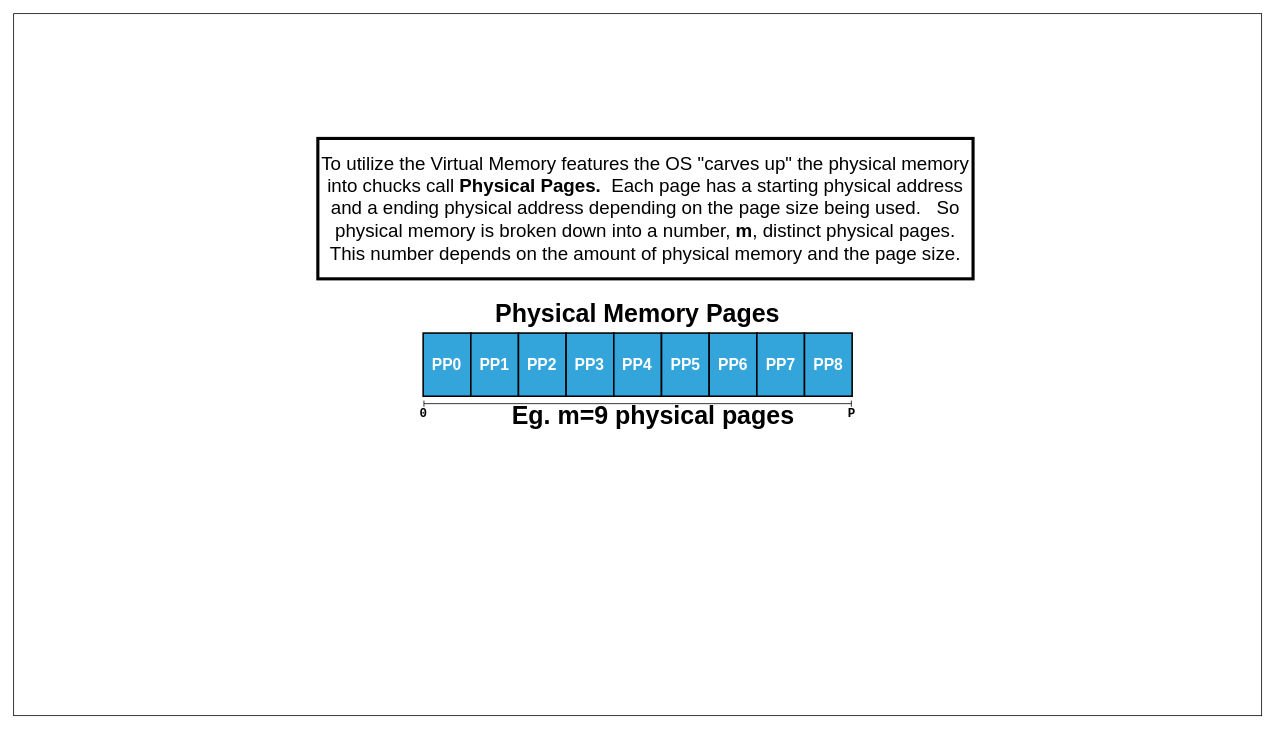
Earlier version of the draw.io diagram page "PhysMem-003" (3 of 27) of underthecovers/images/src/VMM.drawio (jappavoo/UndertheCovers). Source tidied: cells renumbered, new cells numbered last; positions are measured from the earlier drawing's top-left corner, leaving out a move shared by most shapes. Both pictures are drawn from the tidied source at 78%, with x=0, y=0 at pixel (13, 13).
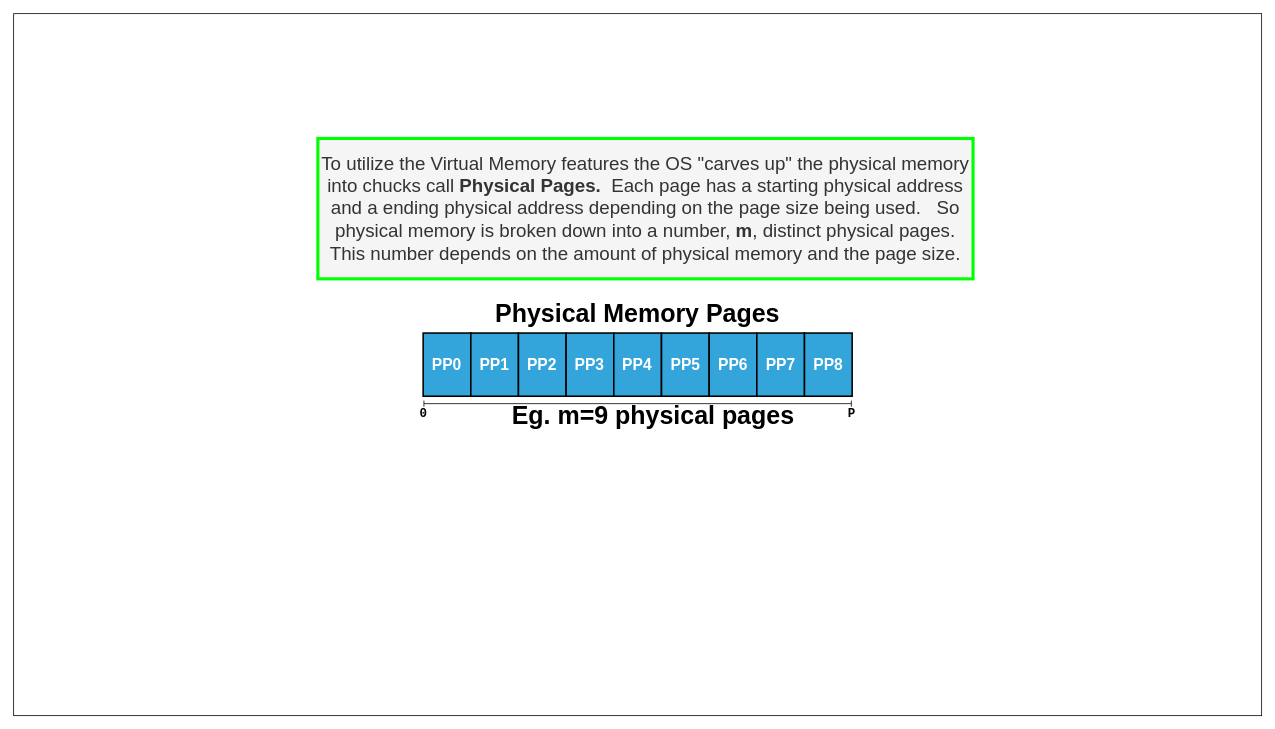
Above is the later version.

What changed in the source:
```diff
@@
 <mxGraphModel>
   <root>
     <mxCell id="0" />
     <mxCell id="1" parent="0" />
     <mxCell id="2" style="rounded=0;whiteSpace=wrap;html=1;fontSize=20;fillColor=default;" parent="1" vertex="1">
       <mxGeometry width="1600" height="900" as="geometry" />
     </mxCell>
-    <mxCell id="3" value="To utilize the Virtual Memory features the OS &quot;carves up&quot; the physical memory into chucks call &lt;b&gt;Physical Pages.&amp;nbsp; &lt;/b&gt;Each page has a starting physical address and a ending physical address depending on the page size being used.&amp;nbsp; &amp;nbsp;So physical memory is broken down into a number, &lt;b&gt;m&lt;/b&gt;, distinct physical pages. This number depends on the amount of physical memory and the page size." style="rounded=0;whiteSpace=wrap;html=1;strokeWidth=4;fontSize=24;" parent="1" vertex="1">
+    <mxCell id="3" value="To utilize the Virtual Memory features the OS &quot;carves up&quot; the physical memory into chucks call &lt;b&gt;Physical Pages.&amp;nbsp; &lt;/b&gt;Each page has a starting physical address and a ending physical address depending on the page size being used.&amp;nbsp; &amp;nbsp;So physical memory is broken down into a number, &lt;b&gt;m&lt;/b&gt;, distinct physical pages. This number depends on the amount of physical memory and the page size." style="rounded=0;whiteSpace=wrap;html=1;strokeWidth=4;fontSize=24;fillColor=#f5f5f5;fontColor=#333333;strokeColor=#00FF00;" parent="1" vertex="1">
       <mxGeometry x="390" y="160" width="840" height="180" as="geometry" />
     </mxCell>
     <mxCell id="4" value="Physical Memory Pages" style="text;html=1;strokeColor=none;fillColor=none;align=center;verticalAlign=middle;whiteSpace=wrap;rounded=0;strokeWidth=4;fontSize=32;fontStyle=1;" parent="1" vertex="1">
       <mxGeometry x="600" y="370" width="400" height="30" as="geometry" />
     </mxCell>
     <mxCell id="5" value="Eg. m=9 physical pages" style="text;html=1;strokeColor=none;fillColor=none;align=center;verticalAlign=middle;whiteSpace=wrap;rounded=0;strokeWidth=4;fontSize=32;fontStyle=1;" parent="1" vertex="1">
       <mxGeometry x="615" y="501" width="410" height="30" as="geometry" />
     </mxCell>
     <mxCell id="6" style="endArrow=baseDash;startArrow=baseDash;html=1;rounded=0;fontSize=32;startFill=0;endFill=0;" parent="1" edge="1">
       <mxGeometry relative="1" as="geometry">
         <mxPoint x="526" y="500" as="sourcePoint" />
         <mxPoint x="1074" y="500" as="targetPoint" />
       </mxGeometry>
     </mxCell>
     <mxCell id="7" value="&lt;span style=&quot;font-size: 16px;&quot;&gt;0&lt;/span&gt;" style="text;html=1;align=center;verticalAlign=middle;fillColor=none;strokeColor=none;rounded=0;fontSize=24;fontFamily=Courier New;fontStyle=1;" parent="1" vertex="1">
       <mxGeometry x="510" y="491" width="30" height="40" as="geometry" />
     </mxCell>
     <mxCell id="8" value="&lt;span style=&quot;font-size: 16px;&quot;&gt;P&lt;/span&gt;" style="text;html=1;align=center;verticalAlign=middle;fillColor=none;strokeColor=none;rounded=0;fontSize=24;fontFamily=Courier New;fontStyle=1;" parent="1" vertex="1">
       <mxGeometry x="1059" y="491" width="30" height="40" as="geometry" />
     </mxCell>
     <mxCell id="9" style="group;fillColor=#34A5DA;" parent="1" vertex="1">
       <mxGeometry x="525" y="409.5" width="550" height="81" as="geometry" />
     </mxCell>
     <mxCell id="10" value="&lt;font style=&quot;font-size: 20px;&quot;&gt;PP0&lt;/font&gt;" style="rounded=0;whiteSpace=wrap;html=1;strokeWidth=2;fillColor=#34A5DA;fontColor=#FFFFFF;fontSize=20;fontStyle=1;" parent="9" vertex="1">
       <mxGeometry width="61.1" height="81" as="geometry" />
     </mxCell>
     <mxCell id="11" value="PP1" style="rounded=0;whiteSpace=wrap;html=1;strokeWidth=2;fillColor=#34A5DA;fontSize=20;fontColor=#FFFFFF;fontStyle=1;" parent="9" vertex="1">
       <mxGeometry x="61.1" width="61.1" height="81" as="geometry" />
     </mxCell>
     <mxCell id="12" value="PP2" style="rounded=0;whiteSpace=wrap;html=1;strokeWidth=2;fillColor=#34A5DA;fontSize=20;fontColor=#FFFFFF;fontStyle=1;" parent="9" vertex="1">
       <mxGeometry x="122.2" width="61.1" height="81" as="geometry" />
     </mxCell>
     <mxCell id="13" value="PP3" style="rounded=0;whiteSpace=wrap;html=1;strokeWidth=2;fillColor=#34A5DA;fontSize=20;fontColor=#FFFFFF;fontStyle=1;" parent="9" vertex="1">
       <mxGeometry x="183.3" width="61.1" height="81" as="geometry" />
     </mxCell>
     <mxCell id="14" value="PP4" style="rounded=0;whiteSpace=wrap;html=1;strokeWidth=2;fillColor=#34A5DA;fontSize=20;fontColor=#FFFFFF;fontStyle=1;" parent="9" vertex="1">
       <mxGeometry x="244.4" width="61.1" height="81" as="geometry" />
     </mxCell>
     <mxCell id="15" value="PP5" style="rounded=0;whiteSpace=wrap;html=1;strokeWidth=2;fillColor=#34A5DA;fontSize=20;fontColor=#FFFFFF;fontStyle=1;" parent="9" vertex="1">
       <mxGeometry x="305.6" width="61.1" height="81" as="geometry" />
     </mxCell>
     <mxCell id="16" value="PP6" style="rounded=0;whiteSpace=wrap;html=1;strokeWidth=2;fillColor=#34A5DA;fontSize=20;fontColor=#FFFFFF;fontStyle=1;" parent="9" vertex="1">
       <mxGeometry x="366.7" width="61.1" height="81" as="geometry" />
     </mxCell>
     <mxCell id="17" value="PP7" style="rounded=0;whiteSpace=wrap;html=1;strokeWidth=2;fillColor=#34A5DA;fontSize=20;fontColor=#FFFFFF;fontStyle=1;" parent="9" vertex="1">
       <mxGeometry x="427.8" width="61.1" height="81" as="geometry" />
     </mxCell>
     <mxCell id="18" value="PP8" style="rounded=0;whiteSpace=wrap;html=1;strokeWidth=2;fillColor=#34A5DA;fontSize=20;fontColor=#FFFFFF;fontStyle=1;" parent="9" vertex="1">
       <mxGeometry x="488.9" width="61.1" height="81" as="geometry" />
     </mxCell>
   </root>
 </mxGraphModel>
```
